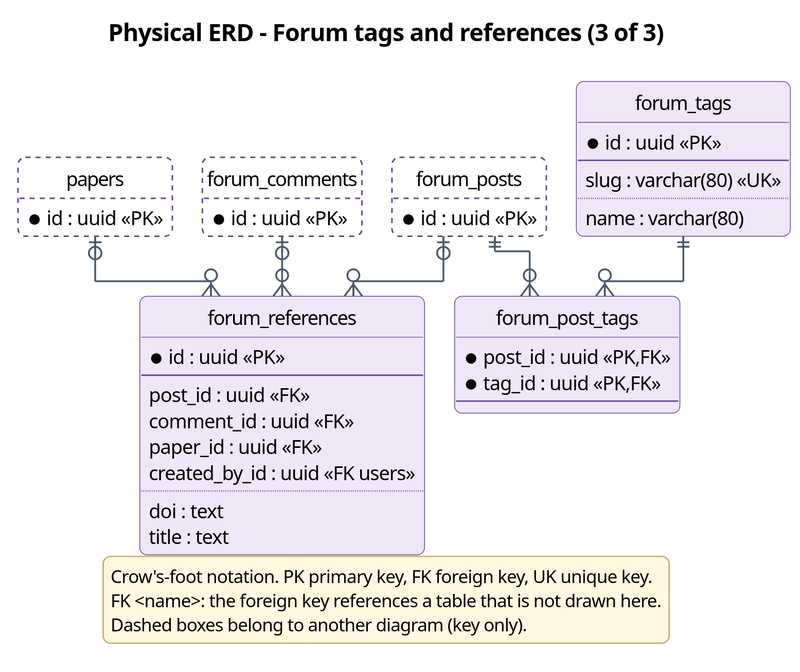
This is docs/diagrams/report4/R4_ERD_community_c.svg from Khoa-Hoa-Technology-Solution-Company/lumi-gap, a PlantUML export, as it was before one commit.
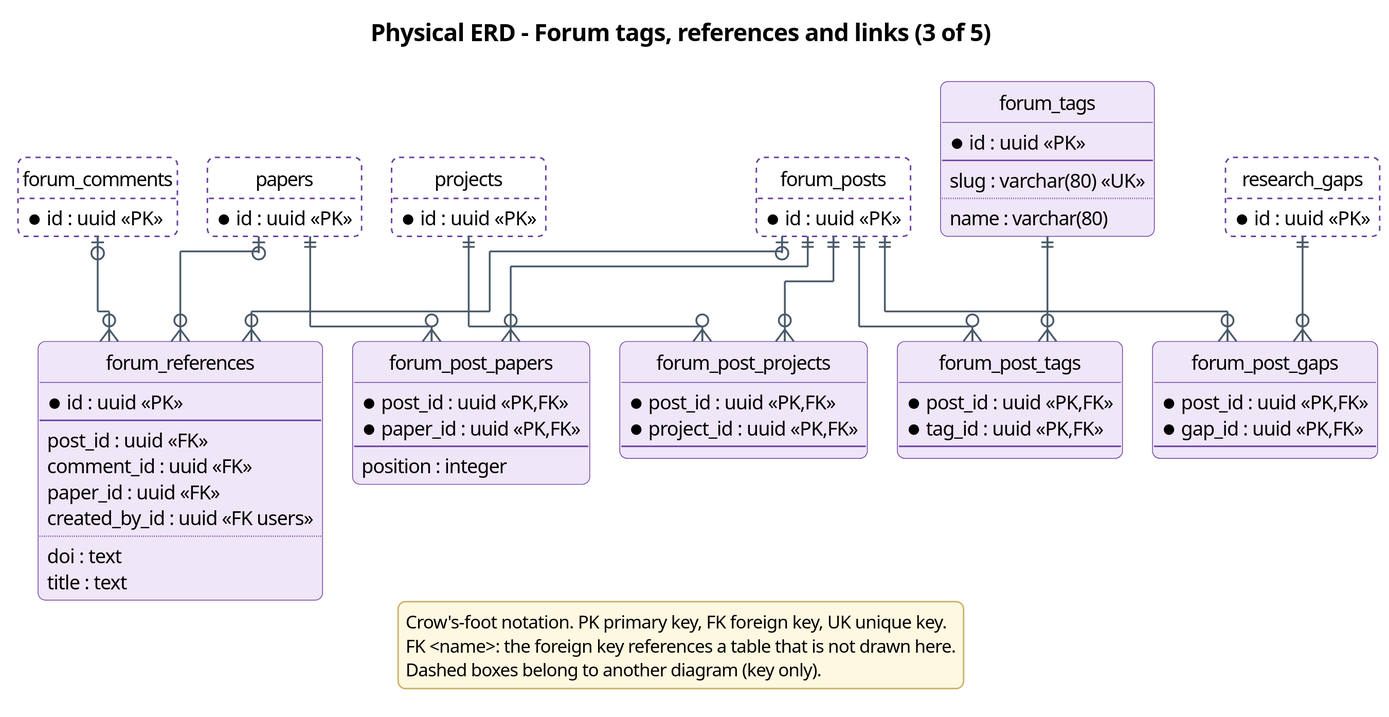
After the commit.

The edit, as a diff of the source:
```diff
@@ -24,7 +24,7 @@
 skinparam stereotypeFontSize 10
 hide circle
 hide empty methods
-title Physical ERD - Forum tags and references (3 of 3)
+title Physical ERD - Forum tags, references and links (3 of 5)
 entity forum_tags #EFE6F8;line:6A3FA0 {
   * id : uuid <<PK>>
   --
@@ -48,6 +48,22 @@
   doi : text
   title : text
 }
+entity forum_post_papers #EFE6F8;line:6A3FA0 {
+  * post_id : uuid <<PK,FK>>
+  * paper_id : uuid <<PK,FK>>
+  --
+  position : integer
+}
+entity forum_post_gaps #EFE6F8;line:6A3FA0 {
+  * post_id : uuid <<PK,FK>>
+  * gap_id : uuid <<PK,FK>>
+  --
+}
+entity forum_post_projects #EFE6F8;line:6A3FA0 {
+  * post_id : uuid <<PK,FK>>
+  * project_id : uuid <<PK,FK>>
+  --
+}
 entity forum_posts #FFFFFF;line:6A3FA0;line.dashed {
   * id : uuid <<PK>>
 }
@@ -57,11 +73,23 @@
 entity papers #FFFFFF;line:6A3FA0;line.dashed {
   * id : uuid <<PK>>
 }
+entity research_gaps #FFFFFF;line:6A3FA0;line.dashed {
+  * id : uuid <<PK>>
+}
+entity projects #FFFFFF;line:6A3FA0;line.dashed {
+  * id : uuid <<PK>>
+}
 forum_comments |o--o{ forum_references
+forum_posts ||--o{ forum_post_gaps
+forum_posts ||--o{ forum_post_papers
+forum_posts ||--o{ forum_post_projects
 forum_posts ||--o{ forum_post_tags
 forum_posts |o--o{ forum_references
 forum_tags ||--o{ forum_post_tags
+papers ||--o{ forum_post_papers
 papers |o--o{ forum_references
+projects ||--o{ forum_post_projects
+research_gaps ||--o{ forum_post_gaps
 legend bottom
 Crow's-foot notation. PK primary key, FK foreign key, UK unique key.
 FK <name>: the foreign key references a table that is not drawn here.
```
